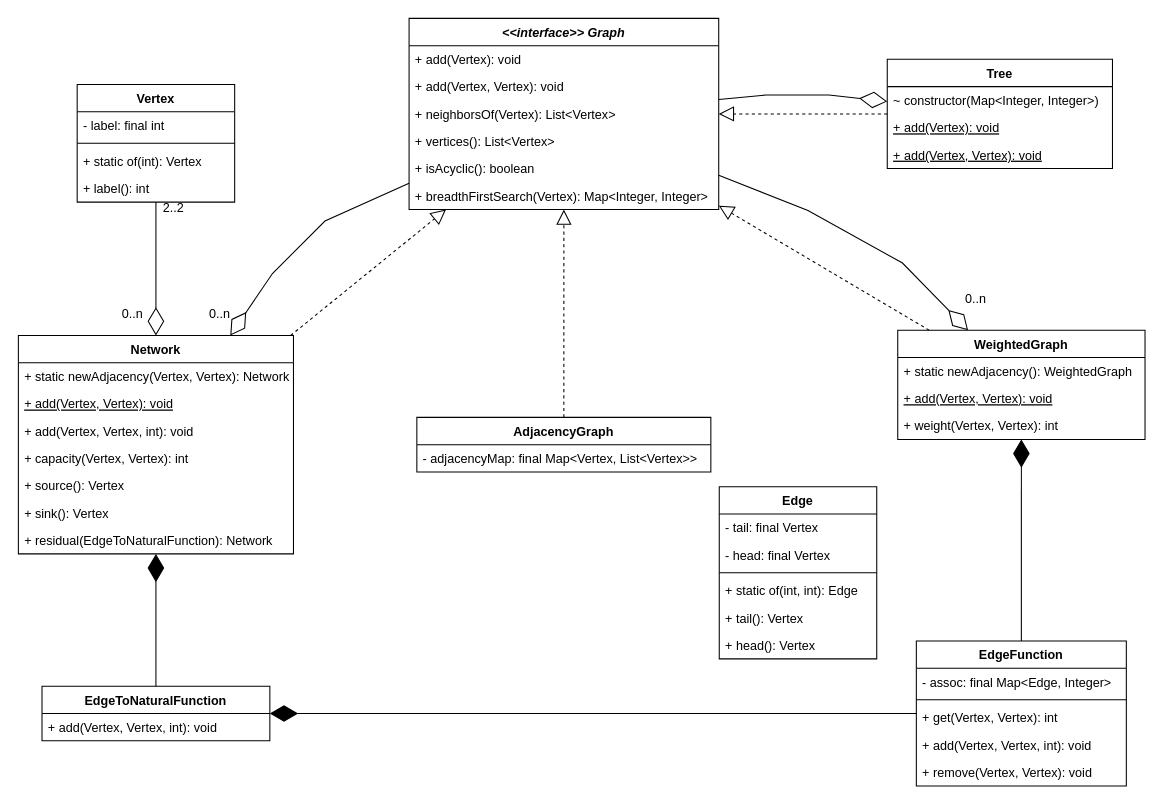
This is docs/graph.drawio from mgmu/jraf, a draw.io file, before an edit. Source tidied: cells renumbered, new cells numbered last; positions are measured from the earlier drawing's top-left corner, leaving out a move shared by most shapes. Both pictures are drawn from the tidied source at 105%, with x=0, y=0 at pixel (18, 18).
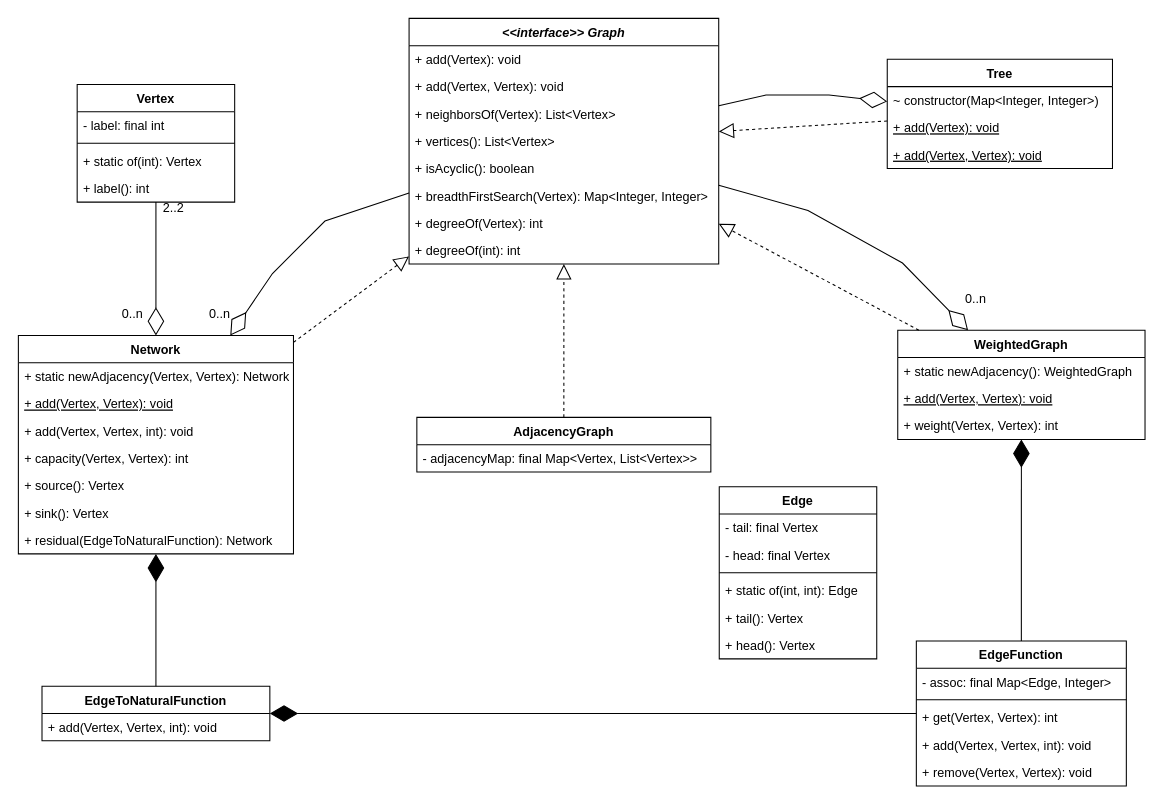
Above is the later version.

Commit message (it also covers changes not shown here):
implemented degree of vertex

The edit, as a diff of the source:
```diff
@@
     <mxCell id="2" value="&lt;&lt;interface&gt;&gt; Graph" style="swimlane;fontStyle=3;align=center;verticalAlign=top;horizontal=1;startSize=26;" parent="1" vertex="1">
-      <mxGeometry x="372.1" width="294.9" height="182" as="geometry" />
+      <mxGeometry x="372.1" width="294.9" height="234" as="geometry" />
     </mxCell>
@@
+    <mxCell id="62" value="+ degreeOf(Vertex): int" style="text;strokeColor=none;fillColor=none;align=left;verticalAlign=top;spacingLeft=4;spacingRight=4;overflow=hidden;" parent="2" vertex="1">
+      <mxGeometry y="182" width="294.9" height="26" as="geometry" />
+    </mxCell>
+    <mxCell id="63" value="+ degreeOf(int): int" style="text;strokeColor=none;fillColor=none;align=left;verticalAlign=top;spacingLeft=4;spacingRight=4;overflow=hidden;" parent="2" vertex="1">
+      <mxGeometry y="208" width="294.9" height="26" as="geometry" />
+    </mxCell>
```
